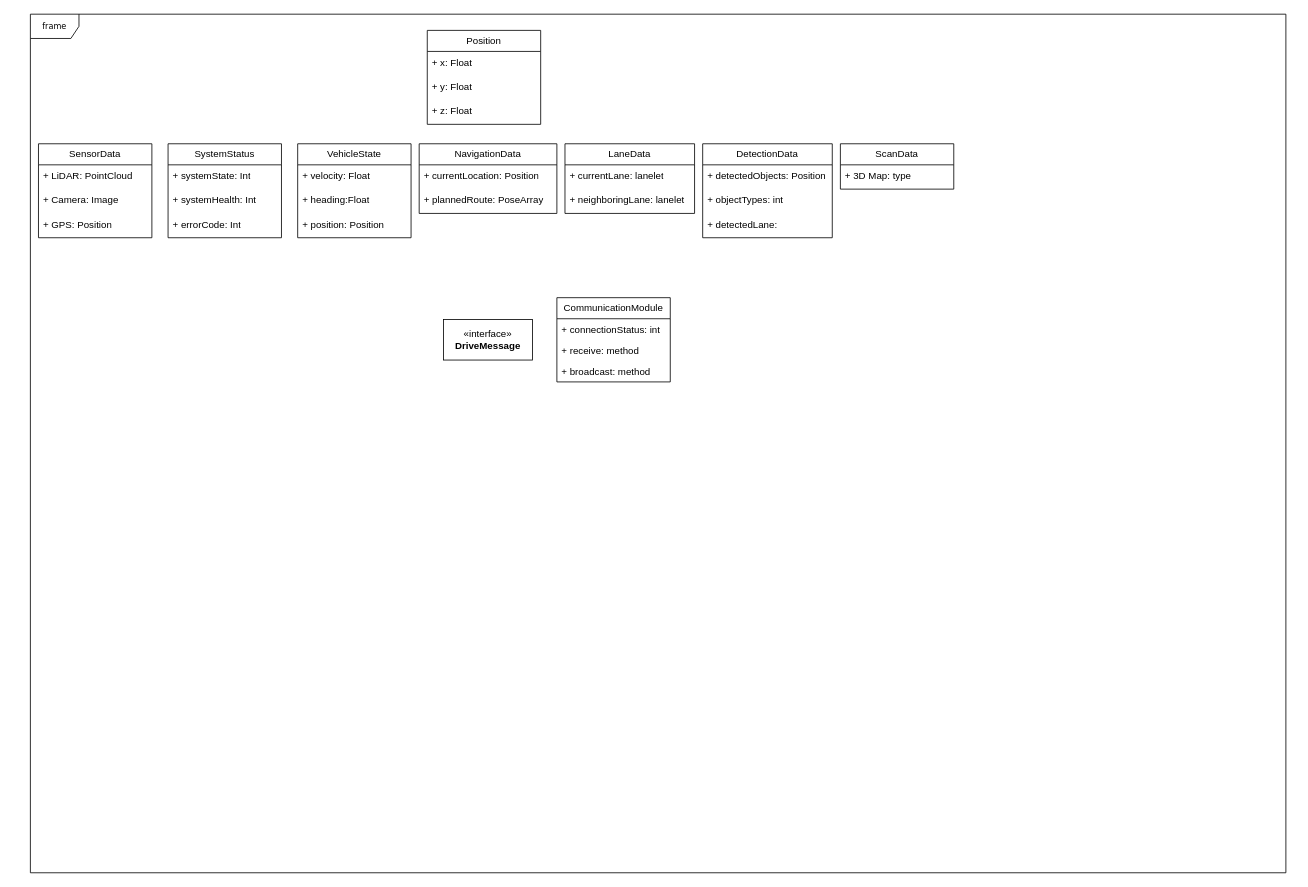
Earlier version of the draw.io diagram DriveMessaging.drawio (inha-cvl/mobinha-racing). Source tidied: cells renumbered, new cells numbered last; positions are measured from the earlier drawing's top-left corner, leaving out a move shared by most shapes. Both pictures are drawn from the tidied source at 81%, with x=0, y=0 at pixel (30, 14).
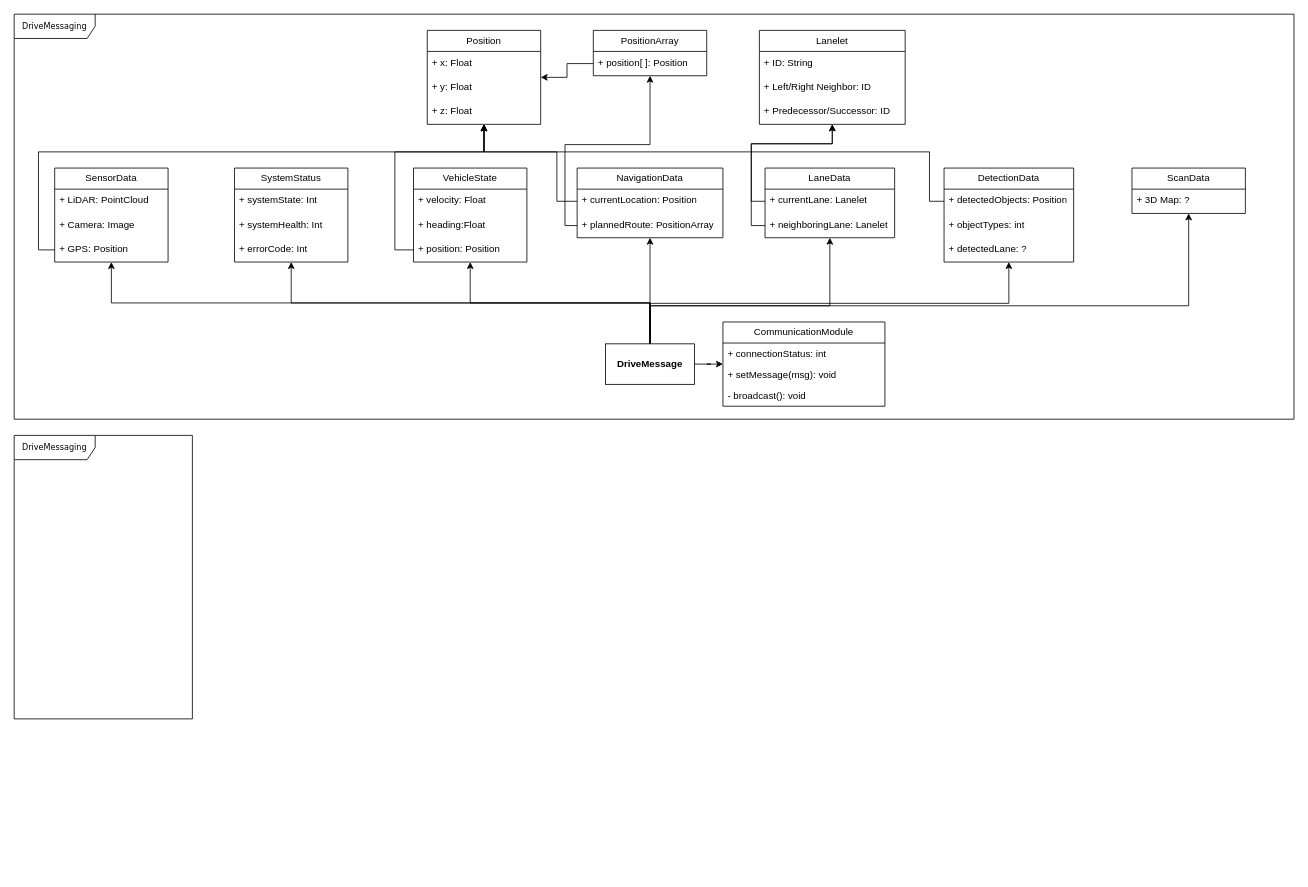
The same page after the edit.

Commit message:
DriveMessage 클래스, 모듈 업데이트

The change refers to these unchanged cells:
```xml
<mxCell id="6" value="+ position: Position" style="text;strokeColor=none;fillColor=none;align=left;verticalAlign=top;spacingLeft=4;spacingRight=4;overflow=hidden;points=[[0,0.5],[1,0.5]];portConstraint=eastwest;whiteSpace=wrap;html=1;" parent="3" vertex="1">
  <mxGeometry y="86" width="140" height="30" as="geometry" />
</mxCell>
<mxCell id="17" value="+ GPS: Position" style="text;strokeColor=none;fillColor=none;align=left;verticalAlign=top;spacingLeft=4;spacingRight=4;overflow=hidden;points=[[0,0.5],[1,0.5]];portConstraint=eastwest;whiteSpace=wrap;html=1;" parent="14" vertex="1">
  <mxGeometry y="86" width="140" height="30" as="geometry" />
</mxCell>
<mxCell id="19" value="+ detectedObjects: Position" style="text;strokeColor=none;fillColor=none;align=left;verticalAlign=top;spacingLeft=4;spacingRight=4;overflow=hidden;points=[[0,0.5],[1,0.5]];portConstraint=eastwest;whiteSpace=wrap;html=1;" parent="18" vertex="1">
  <mxGeometry y="26" width="160" height="30" as="geometry" />
</mxCell>
<mxCell id="32" value="Position" style="swimlane;fontStyle=0;horizontal=1;startSize=26;fillColor=none;whiteSpace=wrap;html=1;" parent="1" vertex="1">
  <mxGeometry x="490" y="20" width="140" height="116" as="geometry" />
</mxCell>
```

Diff of the diagram source:
```diff
@@
-    <mxCell id="2" value="frame" style="shape=umlFrame;whiteSpace=wrap;html=1;rounded=0;shadow=0;comic=0;labelBackgroundColor=none;strokeWidth=1;fontFamily=Verdana;fontSize=10;align=center;" parent="1" vertex="1">
-      <mxGeometry width="1550" height="1060" as="geometry" />
+    <mxCell id="2" value="DriveMessaging" style="shape=umlFrame;whiteSpace=wrap;html=1;rounded=0;shadow=0;comic=0;labelBackgroundColor=none;strokeWidth=1;fontFamily=Verdana;fontSize=10;align=center;width=100;height=30;" parent="1" vertex="1">
+      <mxGeometry x="-20" width="1580" height="500" as="geometry" />
     </mxCell>
     <mxCell id="3" value="VehicleState" style="swimlane;fontStyle=0;horizontal=1;startSize=26;fillColor=none;whiteSpace=wrap;html=1;" parent="1" vertex="1">
-      <mxGeometry x="330" y="160" width="140" height="116" as="geometry" />
+      <mxGeometry x="473" y="190" width="140" height="116" as="geometry" />
     </mxCell>
@@
+    <mxCell id="36" style="edgeStyle=orthogonalEdgeStyle;rounded=0;jettySize=auto;html=1;exitX=0.5;exitY=0;exitDx=0;exitDy=0;" parent="1" edge="1" source="7" target="14">
+      <mxGeometry relative="1" as="geometry" />
+    </mxCell>
+    <mxCell id="37" style="edgeStyle=orthogonalEdgeStyle;rounded=0;jettySize=auto;html=1;exitX=0.5;exitY=0;exitDx=0;exitDy=0;" parent="1" edge="1" source="7" target="24">
+      <mxGeometry relative="1" as="geometry" />
+    </mxCell>
+    <mxCell id="38" style="edgeStyle=orthogonalEdgeStyle;rounded=0;jettySize=auto;html=1;exitX=0.5;exitY=0;exitDx=0;exitDy=0;" parent="1" edge="1" source="7" target="3">
+      <mxGeometry relative="1" as="geometry" />
+    </mxCell>
+    <mxCell id="39" style="edgeStyle=orthogonalEdgeStyle;rounded=0;jettySize=auto;html=1;exitX=0.5;exitY=0;exitDx=0;exitDy=0;" parent="1" edge="1" source="7" target="18">
+      <mxGeometry relative="1" as="geometry">
+        <Array as="points">
+          <mxPoint x="765" y="357" />
+          <mxPoint x="1208" y="357" />
+        </Array>
+      </mxGeometry>
+    </mxCell>
+    <mxCell id="40" style="edgeStyle=orthogonalEdgeStyle;rounded=0;jettySize=auto;html=1;" parent="1" edge="1" source="7" target="8">
+      <mxGeometry relative="1" as="geometry" />
+    </mxCell>
+    <mxCell id="41" style="edgeStyle=orthogonalEdgeStyle;rounded=0;jettySize=auto;html=1;" parent="1" edge="1" source="7" target="11">
+      <mxGeometry relative="1" as="geometry">
+        <Array as="points">
+          <mxPoint x="765" y="360" />
+          <mxPoint x="987" y="360" />
+        </Array>
+      </mxGeometry>
+    </mxCell>
+    <mxCell id="42" style="edgeStyle=orthogonalEdgeStyle;rounded=0;jettySize=auto;html=1;" parent="1" edge="1" source="7" target="22">
+      <mxGeometry relative="1" as="geometry">
+        <Array as="points">
+          <mxPoint x="765" y="360" />
+          <mxPoint x="1430" y="360" />
+        </Array>
+      </mxGeometry>
+    </mxCell>
+    <mxCell id="43" style="edgeStyle=orthogonalEdgeStyle;rounded=0;jettySize=auto;html=1;" parent="1" edge="1" source="7" target="28">
+      <mxGeometry relative="1" as="geometry" />
+    </mxCell>
-    <mxCell id="7" value="«interface»&lt;br&gt;&lt;b&gt;DriveMessage&lt;/b&gt;" style="html=1;whiteSpace=wrap;" parent="1" vertex="1">
-      <mxGeometry x="510" y="377" width="110" height="50" as="geometry" />
+    <mxCell id="7" value="&lt;b&gt;DriveMessage&lt;/b&gt;" style="html=1;whiteSpace=wrap;" parent="1" vertex="1">
+      <mxGeometry x="710" y="407" width="110" height="50" as="geometry" />
     </mxCell>
     <mxCell id="8" value="NavigationData" style="swimlane;fontStyle=0;horizontal=1;startSize=26;fillColor=none;whiteSpace=wrap;html=1;" parent="1" vertex="1">
-      <mxGeometry x="480" y="160" width="170" height="86" as="geometry" />
+      <mxGeometry x="675" y="190" width="180" height="86" as="geometry" />
     </mxCell>
     <mxCell id="9" value="+ currentLocation: Position" style="text;strokeColor=none;fillColor=none;align=left;verticalAlign=top;spacingLeft=4;spacingRight=4;overflow=hidden;points=[[0,0.5],[1,0.5]];portConstraint=eastwest;whiteSpace=wrap;html=1;" parent="8" vertex="1">
-      <mxGeometry y="26" width="170" height="30" as="geometry" />
+      <mxGeometry y="26" width="180" height="30" as="geometry" />
     </mxCell>
-    <mxCell id="10" value="+ plannedRoute: PoseArray" style="text;strokeColor=none;fillColor=none;align=left;verticalAlign=top;spacingLeft=4;spacingRight=4;overflow=hidden;points=[[0,0.5],[1,0.5]];portConstraint=eastwest;whiteSpace=wrap;html=1;" parent="8" vertex="1">
-      <mxGeometry y="56" width="170" height="30" as="geometry" />
+    <mxCell id="10" value="+ plannedRoute: PositionArray" style="text;strokeColor=none;fillColor=none;align=left;verticalAlign=top;spacingLeft=4;spacingRight=4;overflow=hidden;points=[[0,0.5],[1,0.5]];portConstraint=eastwest;whiteSpace=wrap;html=1;" parent="8" vertex="1">
+      <mxGeometry y="56" width="180" height="30" as="geometry" />
     </mxCell>
     <mxCell id="11" value="LaneData" style="swimlane;fontStyle=0;horizontal=1;startSize=26;fillColor=none;whiteSpace=wrap;html=1;" parent="1" vertex="1">
-      <mxGeometry x="660" y="160" width="160" height="86" as="geometry" />
+      <mxGeometry x="907" y="190" width="160" height="86" as="geometry" />
     </mxCell>
-    <mxCell id="12" value="+ currentLane: lanelet" style="text;strokeColor=none;fillColor=none;align=left;verticalAlign=top;spacingLeft=4;spacingRight=4;overflow=hidden;points=[[0,0.5],[1,0.5]];portConstraint=eastwest;whiteSpace=wrap;html=1;" parent="11" vertex="1">
+    <mxCell id="12" value="+ currentLane: Lanelet" style="text;strokeColor=none;fillColor=none;align=left;verticalAlign=top;spacingLeft=4;spacingRight=4;overflow=hidden;points=[[0,0.5],[1,0.5]];portConstraint=eastwest;whiteSpace=wrap;html=1;" parent="11" vertex="1">
       <mxGeometry y="26" width="160" height="30" as="geometry" />
     </mxCell>
-    <mxCell id="13" value="+ neighboringLane: lanelet" style="text;strokeColor=none;fillColor=none;align=left;verticalAlign=top;spacingLeft=4;spacingRight=4;overflow=hidden;points=[[0,0.5],[1,0.5]];portConstraint=eastwest;whiteSpace=wrap;html=1;" parent="11" vertex="1">
+    <mxCell id="13" value="+ neighboringLane: L&lt;span style=&quot;background-color: initial;&quot;&gt;anelet&lt;/span&gt;" style="text;strokeColor=none;fillColor=none;align=left;verticalAlign=top;spacingLeft=4;spacingRight=4;overflow=hidden;points=[[0,0.5],[1,0.5]];portConstraint=eastwest;whiteSpace=wrap;html=1;" parent="11" vertex="1">
       <mxGeometry y="56" width="160" height="30" as="geometry" />
     </mxCell>
     <mxCell id="14" value="SensorData" style="swimlane;fontStyle=0;horizontal=1;startSize=26;fillColor=none;whiteSpace=wrap;html=1;" parent="1" vertex="1">
-      <mxGeometry x="10" y="160" width="140" height="116" as="geometry" />
+      <mxGeometry x="30" y="190" width="140" height="116" as="geometry" />
     </mxCell>
@@
     <mxCell id="18" value="DetectionData" style="swimlane;fontStyle=0;horizontal=1;startSize=26;fillColor=none;whiteSpace=wrap;html=1;" parent="1" vertex="1">
-      <mxGeometry x="830" y="160" width="160" height="116" as="geometry" />
+      <mxGeometry x="1128" y="190" width="160" height="116" as="geometry" />
     </mxCell>
@@
-    <mxCell id="21" value="+ detectedLane:&amp;nbsp;" style="text;strokeColor=none;fillColor=none;align=left;verticalAlign=top;spacingLeft=4;spacingRight=4;overflow=hidden;whiteSpace=wrap;html=1;" parent="18" vertex="1">
+    <mxCell id="21" value="+ detectedLane: ?" style="text;strokeColor=none;fillColor=none;align=left;verticalAlign=top;spacingLeft=4;spacingRight=4;overflow=hidden;whiteSpace=wrap;html=1;" parent="18" vertex="1">
       <mxGeometry y="86" width="160" height="30" as="geometry" />
     </mxCell>
     <mxCell id="22" value="ScanData" style="swimlane;fontStyle=0;horizontal=1;startSize=26;fillColor=none;whiteSpace=wrap;html=1;" parent="1" vertex="1">
-      <mxGeometry x="1000" y="160" width="140" height="56" as="geometry" />
+      <mxGeometry x="1360" y="190" width="140" height="56" as="geometry" />
     </mxCell>
-    <mxCell id="23" value="+ 3D Map: type" style="text;strokeColor=none;fillColor=none;align=left;verticalAlign=top;spacingLeft=4;spacingRight=4;overflow=hidden;whiteSpace=wrap;html=1;" parent="22" vertex="1">
+    <mxCell id="23" value="+ 3D Map: ?" style="text;strokeColor=none;fillColor=none;align=left;verticalAlign=top;spacingLeft=4;spacingRight=4;overflow=hidden;whiteSpace=wrap;html=1;" parent="22" vertex="1">
       <mxGeometry y="26" width="140" height="30" as="geometry" />
     </mxCell>
     <mxCell id="24" value="SystemStatus" style="swimlane;fontStyle=0;horizontal=1;startSize=26;fillColor=none;whiteSpace=wrap;html=1;" parent="1" vertex="1">
-      <mxGeometry x="170" y="160" width="140" height="116" as="geometry" />
+      <mxGeometry x="252" y="190" width="140" height="116" as="geometry" />
     </mxCell>
@@
     <mxCell id="28" value="CommunicationModule" style="swimlane;fontStyle=0;horizontal=1;startSize=26;fillColor=none;whiteSpace=wrap;html=1;" parent="1" vertex="1">
-      <mxGeometry x="650" y="350" width="140" height="104" as="geometry" />
+      <mxGeometry x="855" y="380" width="200" height="104" as="geometry" />
     </mxCell>
     <mxCell id="29" value="+ connectionStatus: int" style="text;strokeColor=none;fillColor=none;align=left;verticalAlign=top;spacingLeft=4;spacingRight=4;overflow=hidden;whiteSpace=wrap;html=1;" parent="28" vertex="1">
-      <mxGeometry y="26" width="140" height="26" as="geometry" />
+      <mxGeometry y="26" width="200" height="26" as="geometry" />
     </mxCell>
-    <mxCell id="30" value="+ receive: method" style="text;strokeColor=none;fillColor=none;align=left;verticalAlign=top;spacingLeft=4;spacingRight=4;overflow=hidden;whiteSpace=wrap;html=1;" parent="28" vertex="1">
-      <mxGeometry y="52" width="140" height="26" as="geometry" />
+    <mxCell id="30" value="+ setMessage(msg): void" style="text;strokeColor=none;fillColor=none;align=left;verticalAlign=top;spacingLeft=4;spacingRight=4;overflow=hidden;whiteSpace=wrap;html=1;" parent="28" vertex="1">
+      <mxGeometry y="52" width="200" height="26" as="geometry" />
     </mxCell>
-    <mxCell id="31" value="+ broadcast: method" style="text;strokeColor=none;fillColor=none;align=left;verticalAlign=top;spacingLeft=4;spacingRight=4;overflow=hidden;whiteSpace=wrap;html=1;" parent="28" vertex="1">
-      <mxGeometry y="78" width="140" height="26" as="geometry" />
+    <mxCell id="31" value="- broadcast(): void" style="text;strokeColor=none;fillColor=none;align=left;verticalAlign=top;spacingLeft=4;spacingRight=4;overflow=hidden;whiteSpace=wrap;html=1;" parent="28" vertex="1">
+      <mxGeometry y="78" width="200" height="26" as="geometry" />
     </mxCell>
@@
+    <mxCell id="44" style="edgeStyle=orthogonalEdgeStyle;rounded=0;jettySize=auto;html=1;exitX=0;exitY=0.5;exitDx=0;exitDy=0;" parent="1" edge="1" source="17" target="32">
+      <mxGeometry relative="1" as="geometry">
+        <Array as="points">
+          <mxPoint x="10" y="291" />
+          <mxPoint x="10" y="170" />
+          <mxPoint x="560" y="170" />
+        </Array>
+      </mxGeometry>
+    </mxCell>
+    <mxCell id="45" style="edgeStyle=orthogonalEdgeStyle;rounded=0;jettySize=auto;html=1;" parent="1" edge="1" source="6" target="32">
+      <mxGeometry relative="1" as="geometry">
+        <Array as="points">
+          <mxPoint x="450" y="291" />
+          <mxPoint x="450" y="170" />
+          <mxPoint x="560" y="170" />
+        </Array>
+      </mxGeometry>
+    </mxCell>
+    <mxCell id="46" style="edgeStyle=orthogonalEdgeStyle;rounded=0;jettySize=auto;html=1;" parent="1" edge="1" source="9" target="32">
+      <mxGeometry relative="1" as="geometry">
+        <Array as="points">
+          <mxPoint x="650" y="231" />
+          <mxPoint x="650" y="170" />
+          <mxPoint x="560" y="170" />
+        </Array>
+      </mxGeometry>
+    </mxCell>
+    <mxCell id="47" style="edgeStyle=orthogonalEdgeStyle;rounded=0;jettySize=auto;html=1;exitX=0;exitY=0.5;exitDx=0;exitDy=0;" parent="1" edge="1" source="19" target="32">
+      <mxGeometry relative="1" as="geometry">
+        <Array as="points">
+          <mxPoint x="1110" y="231" />
+          <mxPoint x="1110" y="170" />
+          <mxPoint x="560" y="170" />
+        </Array>
+      </mxGeometry>
+    </mxCell>
+    <mxCell id="48" value="Lanelet" style="swimlane;fontStyle=0;horizontal=1;startSize=26;fillColor=none;whiteSpace=wrap;html=1;" parent="1" vertex="1">
+      <mxGeometry x="900" y="20" width="180" height="116" as="geometry" />
+    </mxCell>
+    <mxCell id="49" value="+ ID: String" style="text;strokeColor=none;fillColor=none;align=left;verticalAlign=top;spacingLeft=4;spacingRight=4;overflow=hidden;whiteSpace=wrap;html=1;" parent="48" vertex="1">
+      <mxGeometry y="26" width="180" height="30" as="geometry" />
+    </mxCell>
+    <mxCell id="50" value="+ Left/Right Neighbor: ID&lt;div&gt;&lt;br&gt;&lt;/div&gt;" style="text;strokeColor=none;fillColor=none;align=left;verticalAlign=top;spacingLeft=4;spacingRight=4;overflow=hidden;whiteSpace=wrap;html=1;" parent="48" vertex="1">
+      <mxGeometry y="56" width="180" height="30" as="geometry" />
+    </mxCell>
+    <mxCell id="51" value="+ Predecessor/Successor: ID" style="text;strokeColor=none;fillColor=none;align=left;verticalAlign=top;spacingLeft=4;spacingRight=4;overflow=hidden;whiteSpace=wrap;html=1;" parent="48" vertex="1">
+      <mxGeometry y="86" width="180" height="30" as="geometry" />
+    </mxCell>
+    <mxCell id="52" style="edgeStyle=orthogonalEdgeStyle;rounded=0;jettySize=auto;html=1;" parent="1" edge="1" source="12" target="48">
+      <mxGeometry relative="1" as="geometry">
+        <Array as="points">
+          <mxPoint x="890" y="231" />
+          <mxPoint x="890" y="160" />
+          <mxPoint x="990" y="160" />
+        </Array>
+      </mxGeometry>
+    </mxCell>
+    <mxCell id="53" style="edgeStyle=orthogonalEdgeStyle;rounded=0;jettySize=auto;html=1;" parent="1" edge="1" source="13" target="48">
+      <mxGeometry relative="1" as="geometry">
+        <Array as="points">
+          <mxPoint x="890" y="261" />
+          <mxPoint x="890" y="160" />
+          <mxPoint x="990" y="160" />
+        </Array>
+      </mxGeometry>
+    </mxCell>
+    <mxCell id="54" value="PositionArray" style="swimlane;fontStyle=0;horizontal=1;startSize=26;fillColor=none;whiteSpace=wrap;html=1;" parent="1" vertex="1">
+      <mxGeometry x="695" y="20" width="140" height="56" as="geometry" />
+    </mxCell>
+    <mxCell id="55" value="+ position[ ]: Position" style="text;strokeColor=none;fillColor=none;align=left;verticalAlign=top;spacingLeft=4;spacingRight=4;overflow=hidden;points=[[0,0.5],[1,0.5]];portConstraint=eastwest;whiteSpace=wrap;html=1;" parent="54" vertex="1">
+      <mxGeometry y="26" width="140" height="30" as="geometry" />
+    </mxCell>
+    <mxCell id="56" style="edgeStyle=orthogonalEdgeStyle;rounded=0;jettySize=auto;html=1;exitX=0;exitY=0.5;exitDx=0;exitDy=0;" parent="1" edge="1" source="55" target="32">
+      <mxGeometry relative="1" as="geometry" />
+    </mxCell>
+    <mxCell id="57" style="edgeStyle=orthogonalEdgeStyle;rounded=0;jettySize=auto;html=1;" parent="1" edge="1" source="10" target="54">
+      <mxGeometry relative="1" as="geometry">
+        <Array as="points">
+          <mxPoint x="660" y="261" />
+          <mxPoint x="660" y="161" />
+          <mxPoint x="765" y="161" />
+        </Array>
+      </mxGeometry>
+    </mxCell>
+    <mxCell id="58" value="DriveMessaging" style="shape=umlFrame;whiteSpace=wrap;html=1;rounded=0;shadow=0;comic=0;labelBackgroundColor=none;strokeWidth=1;fontFamily=Verdana;fontSize=10;align=center;width=100;height=30;" parent="1" vertex="1">
+      <mxGeometry x="-20" y="520" width="220" height="350" as="geometry" />
+    </mxCell>
```
